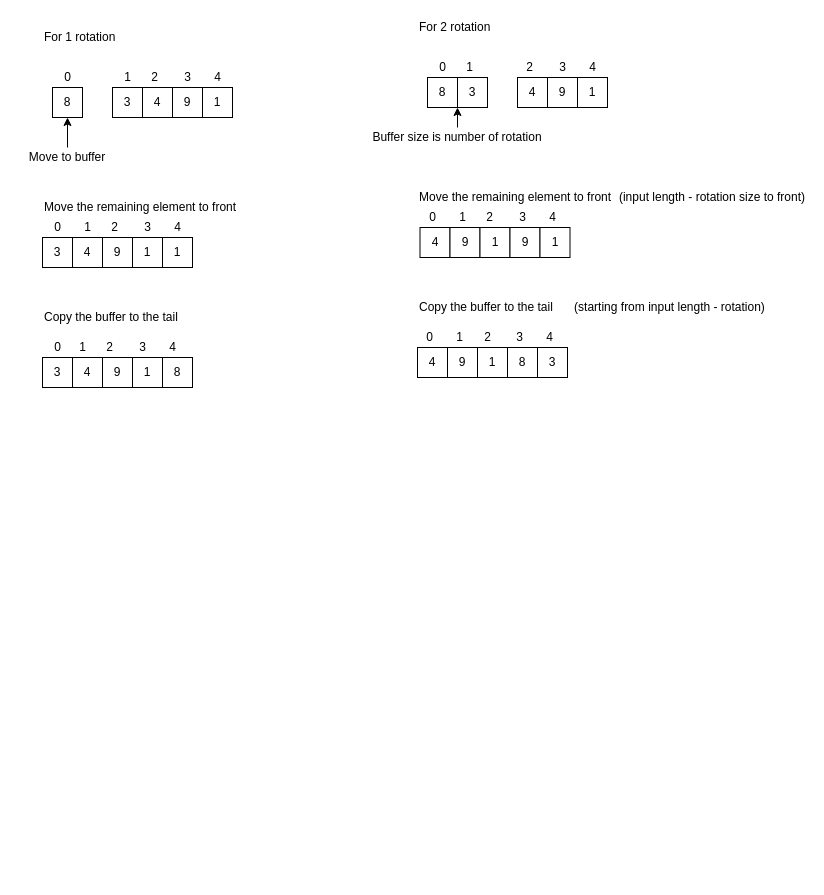
This is docs/RotationLogic.drawio from rajsenthil/tdd-java, a draw.io file, before an edit. Source tidied: cells renumbered, new cells numbered last; positions are measured from the earlier drawing's top-left corner, leaving out a move shared by most shapes. Both pictures are drawn from the tidied source at 100%, with x=0, y=0 at pixel (17, 17).
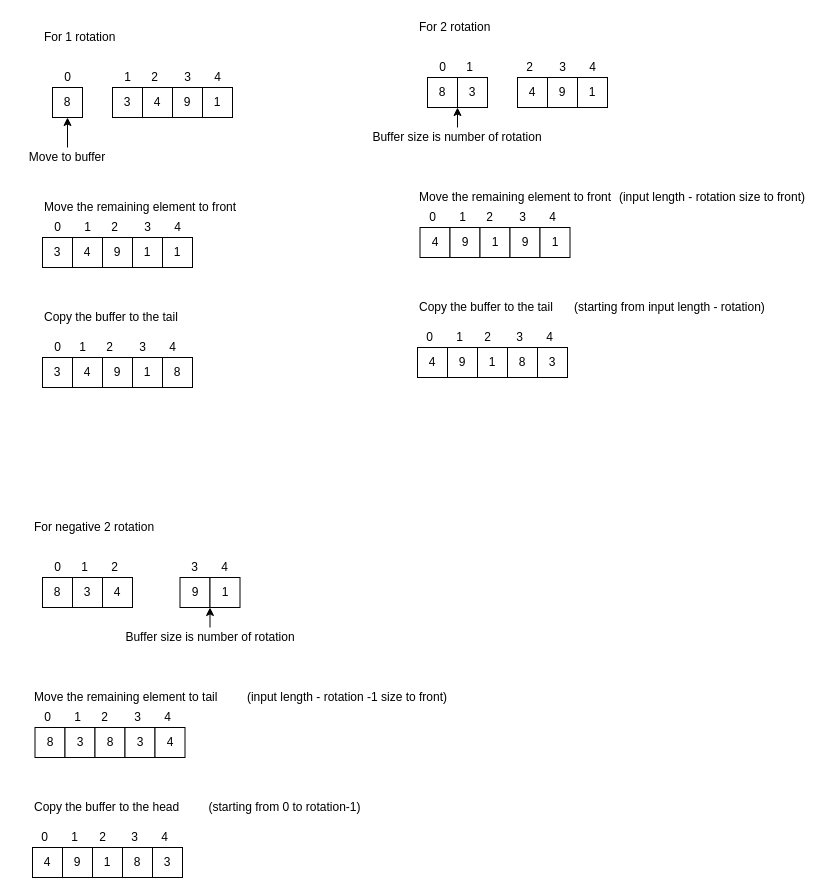
The same page after the edit.

The edit, as a diff of the source:
```diff
@@
+    <mxCell id="74" value="8" style="whiteSpace=wrap;html=1;" parent="1" vertex="1">
+      <mxGeometry x="25" y="560" width="30" height="30" as="geometry" />
+    </mxCell>
+    <mxCell id="75" value="3" style="whiteSpace=wrap;html=1;" parent="1" vertex="1">
+      <mxGeometry x="55" y="560" width="30" height="30" as="geometry" />
+    </mxCell>
+    <mxCell id="76" value="4" style="whiteSpace=wrap;html=1;" parent="1" vertex="1">
+      <mxGeometry x="85" y="560" width="30" height="30" as="geometry" />
+    </mxCell>
+    <mxCell id="77" value="9" style="whiteSpace=wrap;html=1;" parent="1" vertex="1">
+      <mxGeometry x="162.5" y="560" width="30" height="30" as="geometry" />
+    </mxCell>
+    <mxCell id="78" value="1" style="whiteSpace=wrap;html=1;" parent="1" vertex="1">
+      <mxGeometry x="192.5" y="560" width="30" height="30" as="geometry" />
+    </mxCell>
+    <mxCell id="79" value="For negative 2 rotation" style="text;html=1;strokeColor=none;fillColor=none;align=left;verticalAlign=middle;whiteSpace=wrap;rounded=0;" parent="1" vertex="1">
+      <mxGeometry x="15" y="500" width="180" height="20" as="geometry" />
+    </mxCell>
+    <mxCell id="80" value="8" style="whiteSpace=wrap;html=1;" parent="1" vertex="1">
+      <mxGeometry x="17.5" y="710" width="30" height="30" as="geometry" />
+    </mxCell>
+    <mxCell id="81" value="3" style="whiteSpace=wrap;html=1;" parent="1" vertex="1">
+      <mxGeometry x="47.5" y="710" width="30" height="30" as="geometry" />
+    </mxCell>
+    <mxCell id="82" value="8" style="whiteSpace=wrap;html=1;" parent="1" vertex="1">
+      <mxGeometry x="77.5" y="710" width="30" height="30" as="geometry" />
+    </mxCell>
+    <mxCell id="83" value="Move the remaining element to tail" style="text;html=1;strokeColor=none;fillColor=none;align=left;verticalAlign=middle;whiteSpace=wrap;rounded=0;" parent="1" vertex="1">
+      <mxGeometry x="15" y="670" width="200" height="20" as="geometry" />
+    </mxCell>
+    <mxCell id="84" value="3" style="whiteSpace=wrap;html=1;" parent="1" vertex="1">
+      <mxGeometry x="107.5" y="710" width="30" height="30" as="geometry" />
+    </mxCell>
+    <mxCell id="85" value="Copy the buffer to the head" style="text;html=1;strokeColor=none;fillColor=none;align=left;verticalAlign=middle;whiteSpace=wrap;rounded=0;" parent="1" vertex="1">
+      <mxGeometry x="15" y="780" width="180" height="20" as="geometry" />
+    </mxCell>
+    <mxCell id="86" value="0" style="text;html=1;strokeColor=none;fillColor=none;align=center;verticalAlign=middle;whiteSpace=wrap;rounded=0;" parent="1" vertex="1">
+      <mxGeometry x="32.5" y="540" width="15" height="20" as="geometry" />
+    </mxCell>
+    <mxCell id="87" value="1" style="text;html=1;strokeColor=none;fillColor=none;align=center;verticalAlign=middle;whiteSpace=wrap;rounded=0;" parent="1" vertex="1">
+      <mxGeometry x="60" y="540" width="15" height="20" as="geometry" />
+    </mxCell>
+    <mxCell id="88" value="2" style="text;html=1;strokeColor=none;fillColor=none;align=center;verticalAlign=middle;whiteSpace=wrap;rounded=0;" parent="1" vertex="1">
+      <mxGeometry x="90" y="540" width="15" height="20" as="geometry" />
+    </mxCell>
+    <mxCell id="89" value="3" style="text;html=1;strokeColor=none;fillColor=none;align=center;verticalAlign=middle;whiteSpace=wrap;rounded=0;" parent="1" vertex="1">
+      <mxGeometry x="170" y="540" width="15" height="20" as="geometry" />
+    </mxCell>
+    <mxCell id="90" value="4" style="text;html=1;strokeColor=none;fillColor=none;align=center;verticalAlign=middle;whiteSpace=wrap;rounded=0;" parent="1" vertex="1">
+      <mxGeometry x="200" y="540" width="15" height="20" as="geometry" />
+    </mxCell>
+    <mxCell id="91" value="0" style="text;html=1;strokeColor=none;fillColor=none;align=center;verticalAlign=middle;whiteSpace=wrap;rounded=0;" parent="1" vertex="1">
+      <mxGeometry x="22.5" y="690" width="15" height="20" as="geometry" />
+    </mxCell>
+    <mxCell id="92" value="1" style="text;html=1;strokeColor=none;fillColor=none;align=center;verticalAlign=middle;whiteSpace=wrap;rounded=0;" parent="1" vertex="1">
+      <mxGeometry x="52.5" y="690" width="15" height="20" as="geometry" />
+    </mxCell>
+    <mxCell id="93" value="2" style="text;html=1;strokeColor=none;fillColor=none;align=center;verticalAlign=middle;whiteSpace=wrap;rounded=0;" parent="1" vertex="1">
+      <mxGeometry x="80" y="690" width="15" height="20" as="geometry" />
+    </mxCell>
+    <mxCell id="94" value="3" style="text;html=1;strokeColor=none;fillColor=none;align=center;verticalAlign=middle;whiteSpace=wrap;rounded=0;" parent="1" vertex="1">
+      <mxGeometry x="112.5" y="690" width="15" height="20" as="geometry" />
+    </mxCell>
+    <mxCell id="95" value="4" style="text;html=1;strokeColor=none;fillColor=none;align=center;verticalAlign=middle;whiteSpace=wrap;rounded=0;" parent="1" vertex="1">
+      <mxGeometry x="142.5" y="690" width="15" height="20" as="geometry" />
+    </mxCell>
+    <mxCell id="96" value="4" style="whiteSpace=wrap;html=1;" parent="1" vertex="1">
+      <mxGeometry x="137.5" y="710" width="30" height="30" as="geometry" />
+    </mxCell>
+    <mxCell id="97" value="4" style="whiteSpace=wrap;html=1;" parent="1" vertex="1">
+      <mxGeometry x="15" y="830" width="30" height="30" as="geometry" />
+    </mxCell>
+    <mxCell id="98" value="9" style="whiteSpace=wrap;html=1;" parent="1" vertex="1">
+      <mxGeometry x="45" y="830" width="30" height="30" as="geometry" />
+    </mxCell>
+    <mxCell id="99" value="1" style="whiteSpace=wrap;html=1;" parent="1" vertex="1">
+      <mxGeometry x="75" y="830" width="30" height="30" as="geometry" />
+    </mxCell>
+    <mxCell id="100" value="8" style="whiteSpace=wrap;html=1;" parent="1" vertex="1">
+      <mxGeometry x="105" y="830" width="30" height="30" as="geometry" />
+    </mxCell>
+    <mxCell id="101" value="0" style="text;html=1;strokeColor=none;fillColor=none;align=center;verticalAlign=middle;whiteSpace=wrap;rounded=0;" parent="1" vertex="1">
+      <mxGeometry x="20" y="810" width="15" height="20" as="geometry" />
+    </mxCell>
+    <mxCell id="102" value="1" style="text;html=1;strokeColor=none;fillColor=none;align=center;verticalAlign=middle;whiteSpace=wrap;rounded=0;" parent="1" vertex="1">
+      <mxGeometry x="50" y="810" width="15" height="20" as="geometry" />
+    </mxCell>
+    <mxCell id="103" value="2" style="text;html=1;strokeColor=none;fillColor=none;align=center;verticalAlign=middle;whiteSpace=wrap;rounded=0;" parent="1" vertex="1">
+      <mxGeometry x="77.5" y="810" width="15" height="20" as="geometry" />
+    </mxCell>
+    <mxCell id="104" value="3" style="text;html=1;strokeColor=none;fillColor=none;align=center;verticalAlign=middle;whiteSpace=wrap;rounded=0;" parent="1" vertex="1">
+      <mxGeometry x="110" y="810" width="15" height="20" as="geometry" />
+    </mxCell>
+    <mxCell id="105" value="4" style="text;html=1;strokeColor=none;fillColor=none;align=center;verticalAlign=middle;whiteSpace=wrap;rounded=0;" parent="1" vertex="1">
+      <mxGeometry x="140" y="810" width="15" height="20" as="geometry" />
+    </mxCell>
+    <mxCell id="106" value="3" style="whiteSpace=wrap;html=1;" parent="1" vertex="1">
+      <mxGeometry x="135" y="830" width="30" height="30" as="geometry" />
+    </mxCell>
+    <mxCell id="107" value="(input length - rotation -1 size to front)" style="text;html=1;strokeColor=none;fillColor=none;align=center;verticalAlign=middle;whiteSpace=wrap;rounded=0;" parent="1" vertex="1">
+      <mxGeometry x="215" y="670" width="230" height="20" as="geometry" />
+    </mxCell>
+    <mxCell id="108" value="(starting from 0 to rotation-1)" style="text;html=1;strokeColor=none;fillColor=none;align=center;verticalAlign=middle;whiteSpace=wrap;rounded=0;" parent="1" vertex="1">
+      <mxGeometry x="155" y="780" width="225" height="20" as="geometry" />
+    </mxCell>
+    <mxCell id="109" value="Buffer size is number of rotation" style="text;html=1;strokeColor=none;fillColor=none;align=center;verticalAlign=middle;whiteSpace=wrap;rounded=0;" parent="1" vertex="1">
+      <mxGeometry x="92.5" y="610" width="200" height="20" as="geometry" />
+    </mxCell>
+    <mxCell id="110" style="endArrow=classic;html=1;entryX=0;entryY=1;entryDx=0;entryDy=0;exitX=0.5;exitY=0;exitDx=0;exitDy=0;" parent="1" edge="1" source="109">
+      <mxGeometry relative="1" as="geometry">
+        <mxPoint x="192.5" y="590" as="targetPoint" />
+      </mxGeometry>
+    </mxCell>
```
